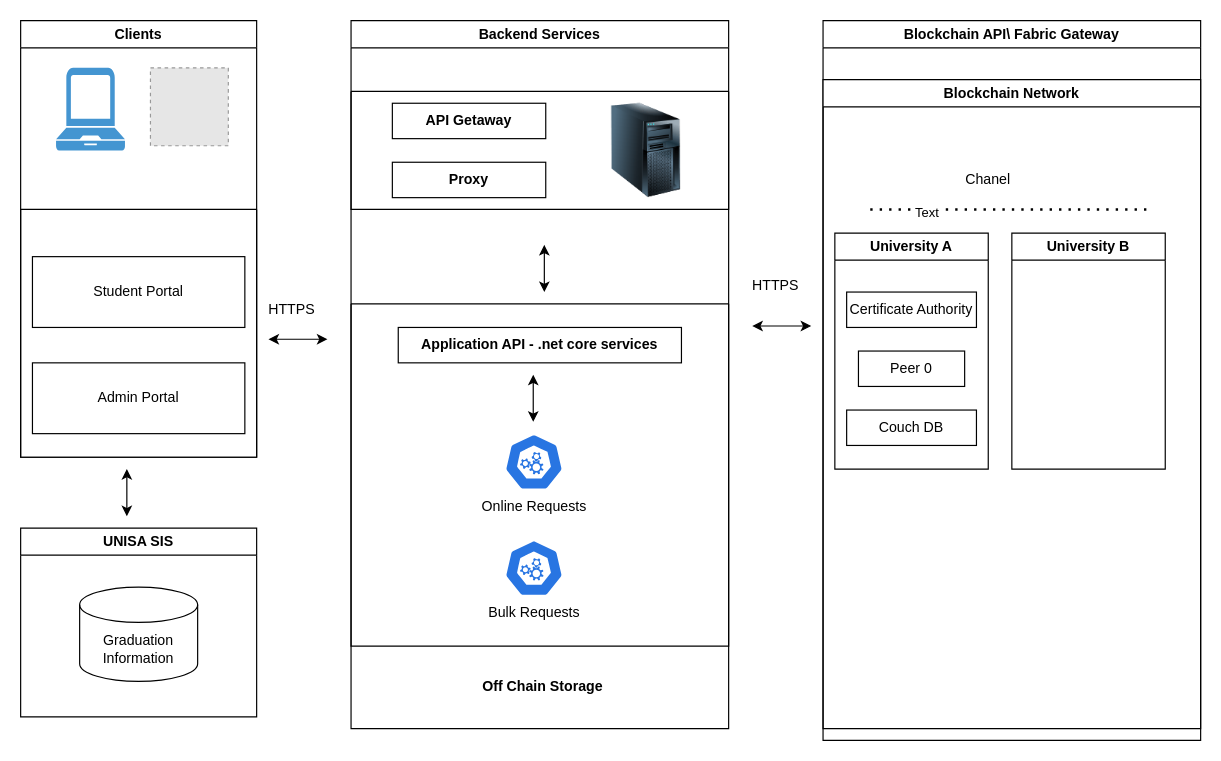
The draw.io diagram BlockchainSystemArchitecture.drawio in SifisoMzansi/architecture-diagrams, before the edit. Source tidied: cells renumbered, new cells numbered last; positions are measured from the earlier drawing's top-left corner, leaving out a move shared by most shapes. Both pictures are drawn from the tidied source at 118%, with x=0, y=0 at pixel (20, 20). Pictures stored in the file or linked from it are replaced by grey dashed boxes.
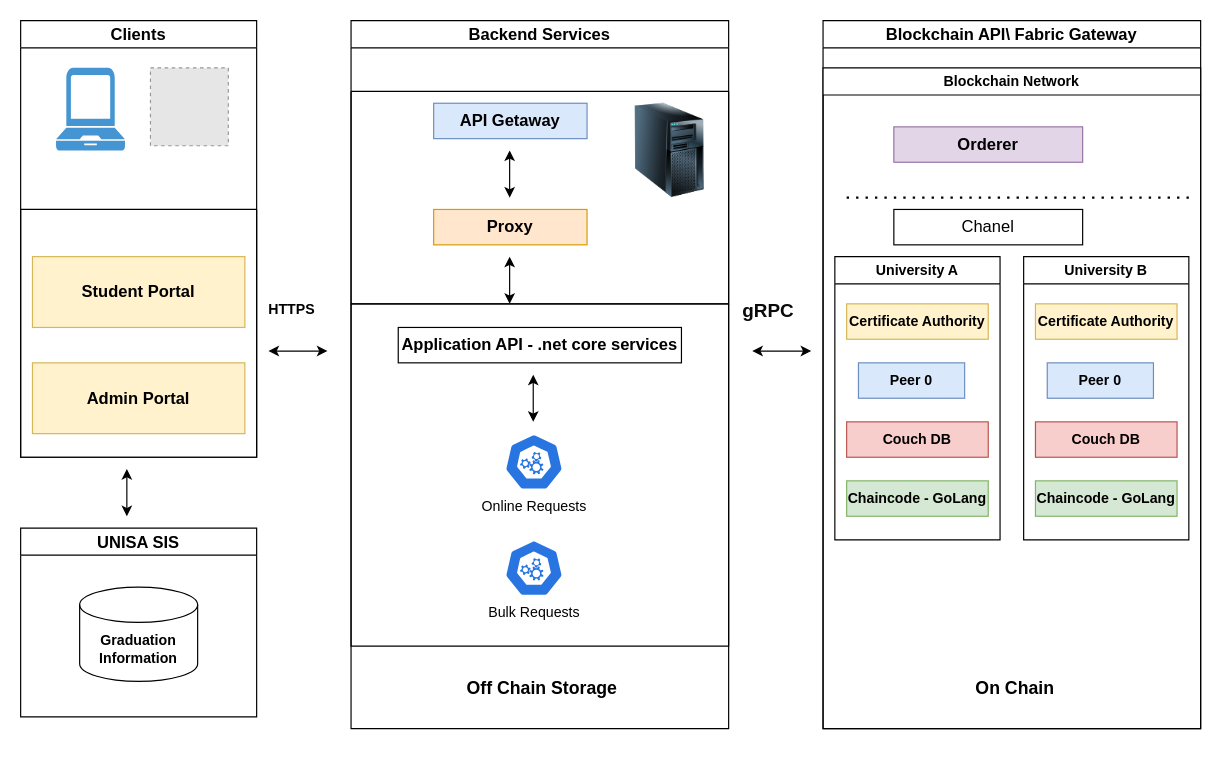
The same diagram, later.

The change refers to these unchanged cells:
```xml
<mxCell id="5" style="swimlane;startSize=0;" parent="2" vertex="1">
  <mxGeometry y="160" width="200" height="210" as="geometry" />
</mxCell>
<mxCell id="12" style="swimlane;startSize=0;" parent="11" vertex="1">
  <mxGeometry y="240" width="320" height="290" as="geometry" />
</mxCell>
```

The edit, as a diff of the source:
```diff
@@
-    <mxCell id="2" value="Clients" style="swimlane;whiteSpace=wrap;html=1;" parent="1" vertex="1">
+    <mxCell id="2" value="Clients" style="swimlane;whiteSpace=wrap;html=1;fontSize=14;" parent="1" vertex="1">
       <mxGeometry width="200" height="370" as="geometry" />
     </mxCell>
@@
-    <mxCell id="6" value="Student Portal" style="rounded=0;whiteSpace=wrap;html=1;" parent="5" vertex="1">
+    <mxCell id="6" value="Student Portal" style="rounded=0;whiteSpace=wrap;html=1;fillColor=#fff2cc;strokeColor=#d6b656;fontStyle=1;fontSize=14;" parent="5" vertex="1">
       <mxGeometry x="10" y="40" width="180" height="60" as="geometry" />
     </mxCell>
-    <mxCell id="7" value="Admin Portal" style="rounded=0;whiteSpace=wrap;html=1;" parent="5" vertex="1">
+    <mxCell id="7" value="Admin Portal" style="rounded=0;whiteSpace=wrap;html=1;fillColor=#fff2cc;strokeColor=#d6b656;fontSize=14;fontStyle=1;" parent="5" vertex="1">
       <mxGeometry x="10" y="130" width="180" height="60" as="geometry" />
     </mxCell>
-    <mxCell id="8" value="UNISA SIS" style="swimlane;whiteSpace=wrap;html=1;" parent="1" vertex="1">
+    <mxCell id="8" value="UNISA SIS" style="swimlane;whiteSpace=wrap;html=1;fontSize=14;" parent="1" vertex="1">
       <mxGeometry y="430" width="200" height="160" as="geometry" />
     </mxCell>
-    <mxCell id="9" value="Graduation Information" style="shape=cylinder3;whiteSpace=wrap;html=1;boundedLbl=1;backgroundOutline=1;size=15;" parent="8" vertex="1">
+    <mxCell id="9" value="&lt;b&gt;Graduation Information&lt;/b&gt;" style="shape=cylinder3;whiteSpace=wrap;html=1;boundedLbl=1;backgroundOutline=1;size=15;" parent="8" vertex="1">
       <mxGeometry x="50" y="50" width="100" height="80" as="geometry" />
     </mxCell>
@@
-    <mxCell id="11" value="Backend Services" style="swimlane;whiteSpace=wrap;html=1;" parent="1" vertex="1">
+    <mxCell id="11" value="Backend Services" style="swimlane;whiteSpace=wrap;html=1;fontSize=14;" parent="1" vertex="1">
       <mxGeometry x="280" width="320" height="600" as="geometry" />
     </mxCell>
@@
-    <mxCell id="13" value="&lt;b&gt;Application API - .net core services&lt;/b&gt;" style="text;html=1;whiteSpace=wrap;strokeColor=default;fillColor=none;align=center;verticalAlign=middle;rounded=0;" parent="12" vertex="1">
+    <mxCell id="13" value="&lt;span&gt;Application API - .net core services&lt;/span&gt;" style="text;html=1;whiteSpace=wrap;strokeColor=default;fillColor=none;align=center;verticalAlign=middle;rounded=0;fontStyle=1;fontSize=14;" parent="12" vertex="1">
       <mxGeometry x="40" y="20" width="240" height="30" as="geometry" />
     </mxCell>
@@
-    <mxCell id="17" style="endArrow=classic;startArrow=classic;html=1;rounded=0;" parent="11" edge="1">
-      <mxGeometry relative="1" as="geometry">
-        <mxPoint x="163.8" y="230" as="sourcePoint" />
-        <mxPoint x="163.8" y="190" as="targetPoint" />
-      </mxGeometry>
-    </mxCell>
-    <mxCell id="18" value="&lt;b&gt;Off Chain Storage&lt;span style=&quot;white-space: pre;&quot;&gt;&#9;&lt;/span&gt;&lt;/b&gt;" style="text;html=1;whiteSpace=wrap;strokeColor=none;fillColor=none;align=center;verticalAlign=middle;rounded=0;" parent="11" vertex="1">
+    <mxCell id="18" value="&lt;b&gt;Off Chain Storage&lt;span style=&quot;white-space: pre;&quot;&gt;&#9;&lt;/span&gt;&lt;/b&gt;" style="text;html=1;whiteSpace=wrap;strokeColor=none;fillColor=none;align=center;verticalAlign=middle;rounded=0;fontSize=15;" parent="11" vertex="1">
       <mxGeometry x="80" y="550" width="170" height="30" as="geometry" />
     </mxCell>
     <mxCell id="19" style="swimlane;startSize=0;" parent="1" vertex="1">
-      <mxGeometry x="280" y="60" width="320" height="100" as="geometry" />
+      <mxGeometry x="280" y="60" width="320" height="180" as="geometry" />
     </mxCell>
-    <mxCell id="20" value="&lt;b&gt;API Getaway&lt;/b&gt;" style="text;html=1;whiteSpace=wrap;strokeColor=default;fillColor=none;align=center;verticalAlign=middle;rounded=0;" parent="19" vertex="1">
-      <mxGeometry x="35" y="10" width="130" height="30" as="geometry" />
+    <mxCell id="20" value="&lt;b&gt;API Getaway&lt;/b&gt;" style="text;html=1;whiteSpace=wrap;align=center;verticalAlign=middle;rounded=0;fillColor=#dae8fc;strokeColor=#6c8ebf;fontSize=14;" parent="19" vertex="1">
+      <mxGeometry x="70" y="10" width="130" height="30" as="geometry" />
     </mxCell>
@@
-    <mxCell id="22" value="&lt;b&gt;Proxy&lt;/b&gt;" style="text;html=1;whiteSpace=wrap;strokeColor=default;fillColor=none;align=center;verticalAlign=middle;rounded=0;" parent="19" vertex="1">
-      <mxGeometry x="35" y="60" width="130" height="30" as="geometry" />
+    <mxCell id="22" value="&lt;b&gt;Proxy&lt;/b&gt;" style="text;html=1;whiteSpace=wrap;strokeColor=#d79b00;fillColor=#ffe6cc;align=center;verticalAlign=middle;rounded=0;fontSize=14;" parent="19" vertex="1">
+      <mxGeometry x="70" y="100" width="130" height="30" as="geometry" />
     </mxCell>
     <mxCell id="23" style="image;html=1;image=img/lib/clip_art/computers/Server_Tower_128x128.png;" parent="19" vertex="1">
-      <mxGeometry x="210" y="10" width="80" height="80" as="geometry" />
+      <mxGeometry x="230" y="10" width="80" height="80" as="geometry" />
     </mxCell>
+    <mxCell id="38" style="endArrow=classic;startArrow=classic;html=1;rounded=0;" parent="19" edge="1">
+      <mxGeometry relative="1" as="geometry">
+        <mxPoint x="134.4" y="90" as="sourcePoint" />
+        <mxPoint x="134.4" y="50" as="targetPoint" />
+      </mxGeometry>
+    </mxCell>
+    <mxCell id="39" style="endArrow=classic;startArrow=classic;html=1;rounded=0;" parent="19" edge="1">
+      <mxGeometry relative="1" as="geometry">
+        <mxPoint x="134.4" y="180" as="sourcePoint" />
+        <mxPoint x="134.4" y="140" as="targetPoint" />
+      </mxGeometry>
+    </mxCell>
     <mxCell id="24" style="endArrow=classic;startArrow=classic;html=1;rounded=0;" parent="1" edge="1">
       <mxGeometry relative="1" as="geometry">
-        <mxPoint x="210" y="270" as="sourcePoint" />
-        <mxPoint x="260" y="270" as="targetPoint" />
+        <mxPoint x="210" y="280" as="sourcePoint" />
+        <mxPoint x="260" y="280" as="targetPoint" />
       </mxGeometry>
     </mxCell>
-    <mxCell id="25" value="HTTPS" style="text;html=1;whiteSpace=wrap;strokeColor=none;fillColor=none;align=center;verticalAlign=middle;rounded=0;" parent="1" vertex="1">
+    <mxCell id="25" value="HTTPS" style="text;html=1;whiteSpace=wrap;strokeColor=none;fillColor=none;align=center;verticalAlign=middle;rounded=0;fontStyle=1;" parent="1" vertex="1">
       <mxGeometry x="200" y="230" width="60" height="30" as="geometry" />
     </mxCell>
-    <mxCell id="26" value="Blockchain API\ Fabric Gateway" style="swimlane;whiteSpace=wrap;html=1;" parent="1" vertex="1">
+    <mxCell id="26" value="Blockchain API\ Fabric Gateway" style="swimlane;whiteSpace=wrap;html=1;fontSize=14;" parent="1" vertex="1">
       <mxGeometry x="680" width="320" height="600" as="geometry" />
     </mxCell>
     <mxCell id="27" value="Blockchain Network" style="swimlane;whiteSpace=wrap;html=1;" parent="26" vertex="1">
-      <mxGeometry y="50" width="320" height="560" as="geometry" />
+      <mxGeometry y="40" width="320" height="560" as="geometry" />
     </mxCell>
     <mxCell id="28" value="University A" style="swimlane;whiteSpace=wrap;html=1;startSize=23;" parent="27" vertex="1">
-      <mxGeometry x="10" y="130" width="130" height="200" as="geometry" />
+      <mxGeometry x="10" y="160" width="140" height="240" as="geometry" />
     </mxCell>
-    <mxCell id="29" value="Certificate Authority" style="text;html=1;whiteSpace=wrap;strokeColor=default;fillColor=none;align=center;verticalAlign=middle;rounded=0;" parent="28" vertex="1">
-      <mxGeometry x="10" y="50" width="110" height="30" as="geometry" />
+    <mxCell id="29" value="Certificate Authority" style="text;html=1;whiteSpace=wrap;strokeColor=#d6b656;fillColor=#fff2cc;align=center;verticalAlign=middle;rounded=0;fontStyle=1;" parent="28" vertex="1">
+      <mxGeometry x="10" y="40" width="120" height="30" as="geometry" />
     </mxCell>
-    <mxCell id="30" value="Peer 0" style="text;html=1;whiteSpace=wrap;strokeColor=default;fillColor=none;align=center;verticalAlign=middle;rounded=0;" parent="28" vertex="1">
-      <mxGeometry x="20" y="100" width="90" height="30" as="geometry" />
+    <mxCell id="30" value="Peer 0" style="text;html=1;whiteSpace=wrap;strokeColor=#6c8ebf;fillColor=#dae8fc;align=center;verticalAlign=middle;rounded=0;fontStyle=1;" parent="28" vertex="1">
+      <mxGeometry x="20" y="90" width="90" height="30" as="geometry" />
     </mxCell>
-    <mxCell id="31" value="Couch DB" style="text;html=1;whiteSpace=wrap;strokeColor=default;fillColor=none;align=center;verticalAlign=middle;rounded=0;" parent="28" vertex="1">
-      <mxGeometry x="10" y="150" width="110" height="30" as="geometry" />
+    <mxCell id="31" value="Couch DB" style="text;html=1;whiteSpace=wrap;strokeColor=#b85450;fillColor=#f8cecc;align=center;verticalAlign=middle;rounded=0;fontStyle=1;" parent="28" vertex="1">
+      <mxGeometry x="10" y="140" width="120" height="30" as="geometry" />
     </mxCell>
+    <mxCell id="40" value="Chaincode - GoLang" style="text;html=1;whiteSpace=wrap;strokeColor=#82b366;fillColor=#d5e8d4;align=center;verticalAlign=middle;rounded=0;fontStyle=1;" parent="28" vertex="1">
+      <mxGeometry x="10" y="190" width="120" height="30" as="geometry" />
+    </mxCell>
     <mxCell id="32" value="University B" style="swimlane;whiteSpace=wrap;html=1;startSize=23;" parent="27" vertex="1">
-      <mxGeometry x="160" y="130" width="130" height="200" as="geometry" />
+      <mxGeometry x="170" y="160" width="140" height="240" as="geometry" />
     </mxCell>
+    <mxCell id="41" value="Certificate Authority" style="text;html=1;whiteSpace=wrap;strokeColor=#d6b656;fillColor=#fff2cc;align=center;verticalAlign=middle;rounded=0;fontStyle=1;" parent="32" vertex="1">
+      <mxGeometry x="10" y="40" width="120" height="30" as="geometry" />
+    </mxCell>
+    <mxCell id="42" value="Peer 0" style="text;html=1;whiteSpace=wrap;strokeColor=#6c8ebf;fillColor=#dae8fc;align=center;verticalAlign=middle;rounded=0;fontStyle=1;" parent="32" vertex="1">
+      <mxGeometry x="20" y="90" width="90" height="30" as="geometry" />
+    </mxCell>
+    <mxCell id="43" value="Couch DB" style="text;html=1;whiteSpace=wrap;strokeColor=#b85450;fillColor=#f8cecc;align=center;verticalAlign=middle;rounded=0;fontStyle=1;" parent="32" vertex="1">
+      <mxGeometry x="10" y="140" width="120" height="30" as="geometry" />
+    </mxCell>
+    <mxCell id="44" value="Chaincode - GoLang" style="text;html=1;whiteSpace=wrap;strokeColor=#82b366;fillColor=#d5e8d4;align=center;verticalAlign=middle;rounded=0;fontStyle=1;" parent="32" vertex="1">
+      <mxGeometry x="10" y="190" width="120" height="30" as="geometry" />
+    </mxCell>
+    <mxCell id="37" value="Chanel" style="text;html=1;whiteSpace=wrap;strokeColor=default;fillColor=none;align=center;verticalAlign=middle;rounded=0;fontSize=14;" parent="27" vertex="1">
+      <mxGeometry x="60" y="120" width="160" height="30" as="geometry" />
+    </mxCell>
+    <mxCell id="35" style="endArrow=none;dashed=1;html=1;dashPattern=1 3;strokeWidth=2;rounded=0;" parent="27" edge="1">
+      <mxGeometry relative="1" as="geometry">
+        <mxPoint x="20" y="110" as="sourcePoint" />
+        <mxPoint x="310" y="110" as="targetPoint" />
+      </mxGeometry>
+    </mxCell>
+    <mxCell id="45" value="On Chain&amp;nbsp;" style="text;html=1;whiteSpace=wrap;strokeColor=none;fillColor=none;align=center;verticalAlign=middle;rounded=0;fontStyle=1;fontSize=15;" parent="27" vertex="1">
+      <mxGeometry x="80" y="510" width="170" height="30" as="geometry" />
+    </mxCell>
+    <mxCell id="46" value="Orderer" style="text;html=1;whiteSpace=wrap;strokeColor=#9673a6;fillColor=#e1d5e7;align=center;verticalAlign=middle;rounded=0;fontStyle=1;fontSize=14;" parent="27" vertex="1">
+      <mxGeometry x="60" y="50" width="160" height="30" as="geometry" />
+    </mxCell>
     <mxCell id="33" style="endArrow=classic;startArrow=classic;html=1;rounded=0;" parent="1" edge="1">
       <mxGeometry relative="1" as="geometry">
-        <mxPoint x="620" y="258.8" as="sourcePoint" />
-        <mxPoint x="670" y="258.8" as="targetPoint" />
+        <mxPoint x="620" y="280" as="sourcePoint" />
+        <mxPoint x="670" y="280" as="targetPoint" />
       </mxGeometry>
     </mxCell>
-    <mxCell id="34" value="HTTPS" style="text;html=1;whiteSpace=wrap;strokeColor=none;fillColor=none;align=center;verticalAlign=middle;rounded=0;" parent="1" vertex="1">
-      <mxGeometry x="610" y="210" width="60" height="30" as="geometry" />
-    </mxCell>
-    <mxCell id="35" style="endArrow=none;dashed=1;html=1;dashPattern=1 3;strokeWidth=2;rounded=0;" parent="1" edge="1">
-      <mxGeometry relative="1" as="geometry">
-        <mxPoint x="720" y="160" as="sourcePoint" />
-        <mxPoint x="960" y="160" as="targetPoint" />
-      </mxGeometry>
-    </mxCell>
-    <mxCell id="36" value="Text" style="edgeLabel;html=1;align=center;verticalAlign=middle;" parent="35" vertex="1">
-      <mxGeometry x="-0.61" y="-2" relative="1" as="geometry" />
-    </mxCell>
-    <mxCell id="37" value="Chanel" style="text;html=1;whiteSpace=wrap;strokeColor=none;fillColor=none;align=center;verticalAlign=middle;rounded=0;" parent="1" vertex="1">
-      <mxGeometry x="740" y="120" width="160" height="30" as="geometry" />
-    </mxCell>
+    <mxCell id="47" value="&lt;span style=&quot;color: rgb(10, 10, 10); font-family: &amp;quot;Google Sans&amp;quot;, Arial, sans-serif; font-size: 16px; font-style: normal; font-variant-ligatures: normal; font-variant-caps: normal; letter-spacing: normal; orphans: 2; text-align: start; text-indent: 0px; text-transform: none; widows: 2; word-spacing: 0px; -webkit-text-stroke-width: 0px; white-space: normal; background-color: rgb(255, 255, 255); text-decoration-thickness: initial; text-decoration-style: initial; text-decoration-color: initial; float: none; display: inline !important;&quot;&gt;gRPC&lt;span&gt;&amp;nbsp;&lt;/span&gt;&lt;/span&gt;" style="text;whiteSpace=wrap;html=1;fontStyle=1;" parent="1" vertex="1">
+      <mxGeometry x="610" y="230" width="80" height="40" as="geometry" />
+    </mxCell>
```
